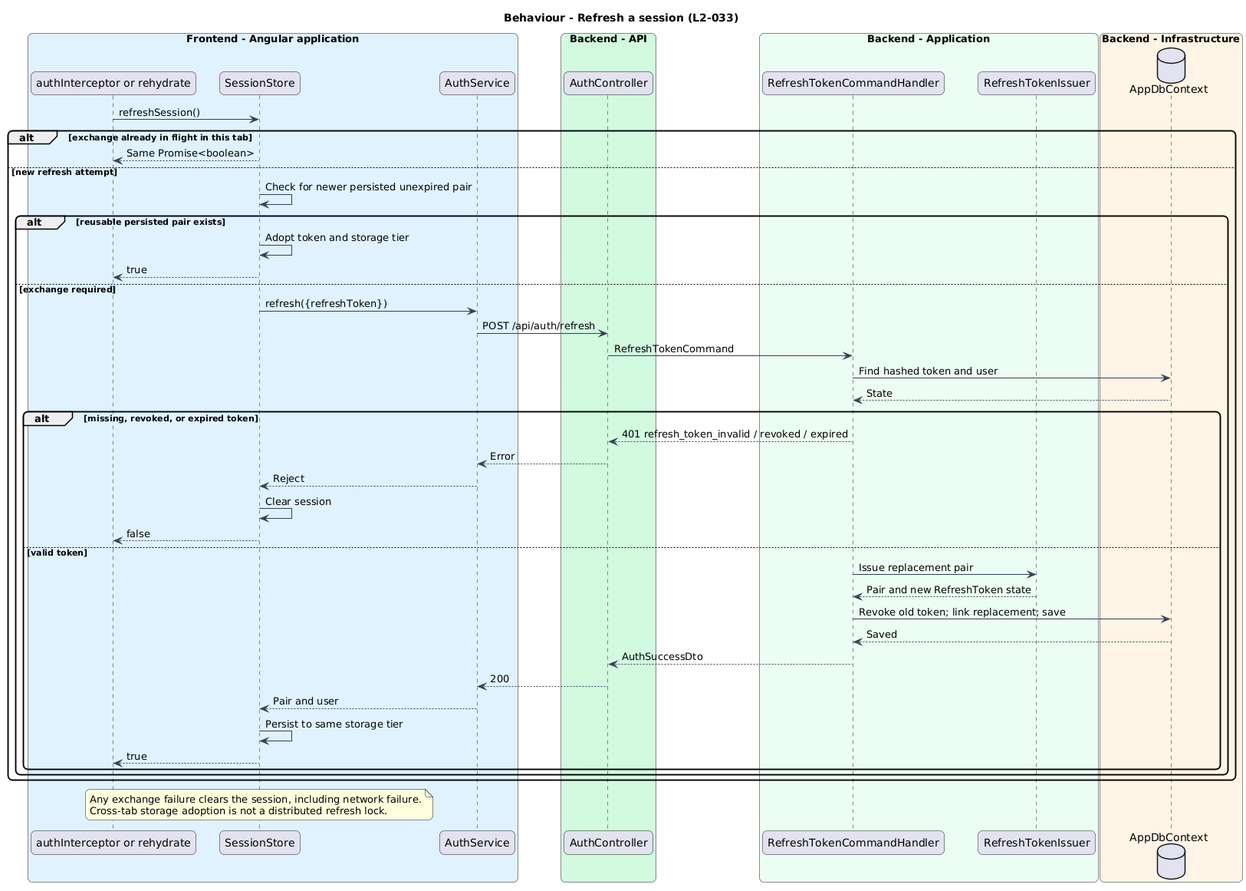
Earlier version of the PlantUML export docs/detailed-designs/identity-and-access/sign-in-and-maintain-session/diagrams/sequence-refresh.png (QuinntyneBrown/saturdaze).
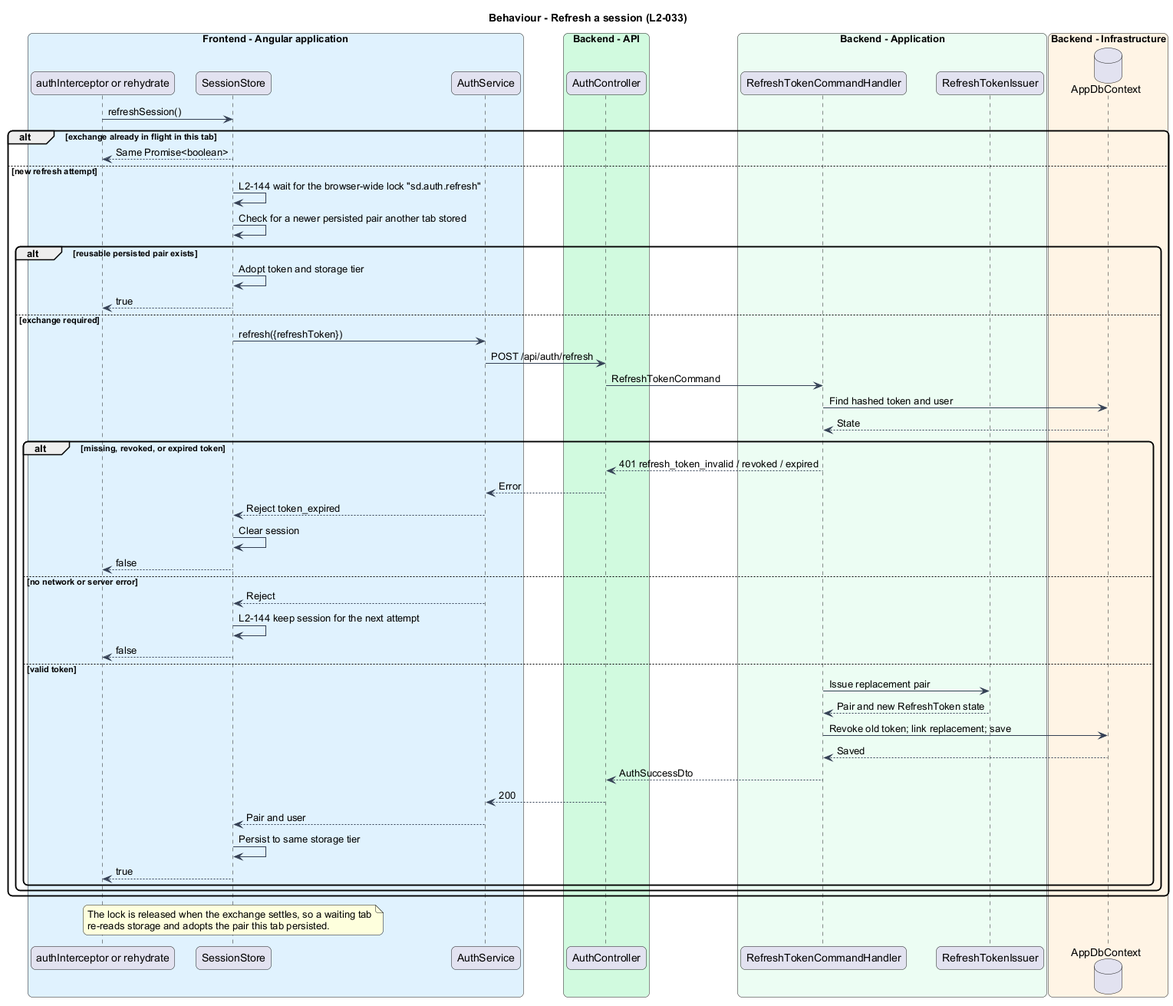
After the commit.

Commit message:
Keep a session through recoverable refresh failures and refresh once across tabs (L2-144)

What changed in the source:
```diff
@@ -25,7 +25,8 @@
 alt exchange already in flight in this tab
  store --> caller : Same Promise<boolean>
 else new refresh attempt
- store -> store : Check for newer persisted unexpired pair
+ store -> store : L2-144 wait for the browser-wide lock "sd.auth.refresh"
+ store -> store : Check for a newer persisted pair another tab stored
  alt reusable persisted pair exists
  store -> store : Adopt token and storage tier
  store --> caller : true
@@ -38,8 +39,12 @@
  alt missing, revoked, or expired token
  handler --> controller : 401 refresh_token_invalid / revoked / expired
  controller --> client : Error
+ client --> store : Reject token_expired
+ store -> store : Clear session
+ store --> caller : false
+ else no network or server error
  client --> store : Reject
- store -> store : Clear session
+ store -> store : L2-144 keep session for the next attempt
  store --> caller : false
  else valid token
  handler -> issuer : Issue replacement pair
@@ -55,7 +60,7 @@
  end
 end
 note over store
-Any exchange failure clears the session, including network failure.
-Cross-tab storage adoption is not a distributed refresh lock.
+The lock is released when the exchange settles, so a waiting tab
+re-reads storage and adopts the pair this tab persisted.
 end note
 @enduml
```
